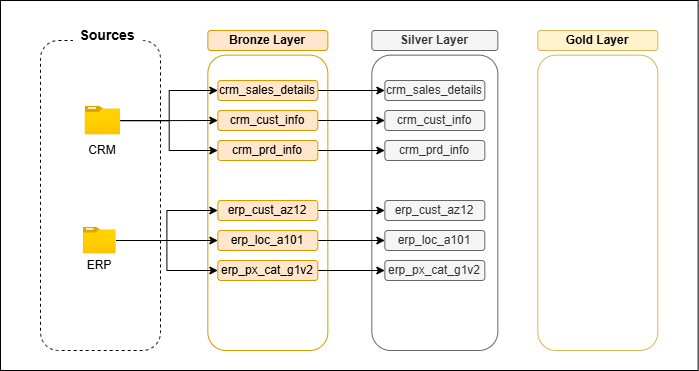
This is docs/Diagrama sin título.drawio.png from JuanMurcia-999/SQL-Data-Warehouse, a draw.io export, as it was before one commit. Source tidied: cells renumbered, new cells last; positions are measured from the earlier drawing's top-left corner, leaving out a move shared by most shapes.
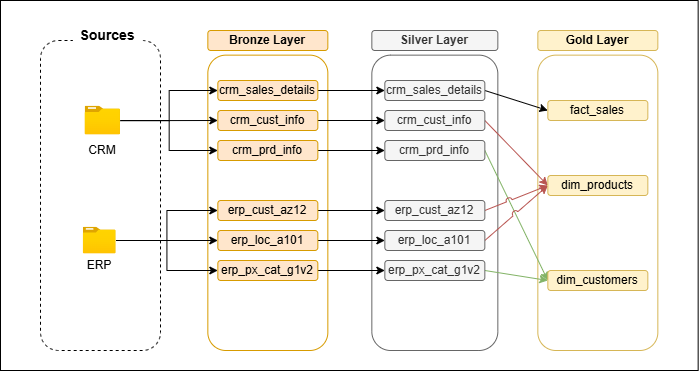
Above is the later version.

What changed in the source:
```diff
@@ -95,23 +95,50 @@
     <mxCell id="32" value="erp_px_cat_g1v2" style="rounded=1;whiteSpace=wrap;html=1;strokeColor=#d79b00;fillColor=#ffe6cc;" parent="1" vertex="1">
       <mxGeometry x="217.3" y="260" width="100" height="20" as="geometry" />
     </mxCell>
+    <mxCell id="39" style="rounded=0;jettySize=auto;html=1;entryX=0;entryY=0.5;entryDx=0;entryDy=0;exitX=1;exitY=0.5;exitDx=0;exitDy=0;" parent="1" edge="1" source="33" target="45">
+      <mxGeometry relative="1" as="geometry" />
+    </mxCell>
     <mxCell id="33" value="crm_sales_details" style="rounded=1;whiteSpace=wrap;html=1;strokeColor=#666666;fillColor=#f5f5f5;fontColor=#333333;" parent="1" vertex="1">
       <mxGeometry x="384.3" y="80" width="100" height="20" as="geometry" />
     </mxCell>
+    <mxCell id="40" style="rounded=0;jettySize=auto;html=1;exitX=1;exitY=0.5;exitDx=0;exitDy=0;entryX=0;entryY=0.5;entryDx=0;entryDy=0;fillColor=#f8cecc;strokeColor=#b85450;jumpStyle=arc;" parent="1" edge="1" source="34" target="46">
+      <mxGeometry relative="1" as="geometry" />
+    </mxCell>
     <mxCell id="34" value="crm_cust_info" style="rounded=1;whiteSpace=wrap;html=1;strokeColor=#666666;fillColor=#f5f5f5;fontColor=#333333;" parent="1" vertex="1">
       <mxGeometry x="384.3" y="110" width="100" height="20" as="geometry" />
     </mxCell>
+    <mxCell id="41" style="rounded=0;jettySize=auto;html=1;exitX=1;exitY=0.5;exitDx=0;exitDy=0;entryX=0;entryY=0.5;entryDx=0;entryDy=0;fillColor=#d5e8d4;strokeColor=#82b366;jumpStyle=arc;" parent="1" edge="1" source="35" target="47">
+      <mxGeometry relative="1" as="geometry" />
+    </mxCell>
     <mxCell id="35" value="crm_prd_info" style="rounded=1;whiteSpace=wrap;html=1;strokeColor=#666666;fillColor=#f5f5f5;fontColor=#333333;" parent="1" vertex="1">
       <mxGeometry x="384.3" y="140" width="100" height="20" as="geometry" />
     </mxCell>
+    <mxCell id="42" style="rounded=0;jettySize=auto;html=1;exitX=1;exitY=0.5;exitDx=0;exitDy=0;entryX=0;entryY=0.5;entryDx=0;entryDy=0;fillColor=#f8cecc;strokeColor=#b85450;jumpStyle=arc;" parent="1" edge="1" source="36" target="46">
+      <mxGeometry relative="1" as="geometry" />
+    </mxCell>
     <mxCell id="36" value="erp_cust_az12" style="rounded=1;whiteSpace=wrap;html=1;strokeColor=#666666;fillColor=#f5f5f5;fontColor=#333333;" parent="1" vertex="1">
       <mxGeometry x="384.3" y="200" width="100" height="20" as="geometry" />
     </mxCell>
+    <mxCell id="43" style="rounded=0;jettySize=auto;html=1;exitX=1;exitY=0.5;exitDx=0;exitDy=0;entryX=0;entryY=0.5;entryDx=0;entryDy=0;fillColor=#f8cecc;strokeColor=#b85450;jumpStyle=arc;" parent="1" edge="1" source="37" target="46">
+      <mxGeometry relative="1" as="geometry" />
+    </mxCell>
     <mxCell id="37" value="erp_loc_a101" style="rounded=1;whiteSpace=wrap;html=1;strokeColor=#666666;fillColor=#f5f5f5;fontColor=#333333;" parent="1" vertex="1">
       <mxGeometry x="384.3" y="230" width="100" height="20" as="geometry" />
     </mxCell>
+    <mxCell id="44" style="rounded=0;jettySize=auto;html=1;exitX=1;exitY=0.5;exitDx=0;exitDy=0;entryX=0;entryY=0.5;entryDx=0;entryDy=0;fillColor=#d5e8d4;strokeColor=#82b366;jumpStyle=arc;" parent="1" edge="1" source="38" target="47">
+      <mxGeometry relative="1" as="geometry" />
+    </mxCell>
     <mxCell id="38" value="erp_px_cat_g1v2" style="rounded=1;whiteSpace=wrap;html=1;strokeColor=#666666;fillColor=#f5f5f5;fontColor=#333333;" parent="1" vertex="1">
       <mxGeometry x="384.3" y="260" width="100" height="20" as="geometry" />
     </mxCell>
+    <mxCell id="45" value="fact_sales" style="rounded=1;whiteSpace=wrap;html=1;strokeColor=#d6b656;fillColor=#fff2cc;" parent="1" vertex="1">
+      <mxGeometry x="547.3" y="100" width="100" height="20" as="geometry" />
+    </mxCell>
+    <mxCell id="46" value="dim_products" style="rounded=1;whiteSpace=wrap;html=1;strokeColor=#d6b656;fillColor=#fff2cc;" parent="1" vertex="1">
+      <mxGeometry x="547.3" y="175" width="100" height="20" as="geometry" />
+    </mxCell>
+    <mxCell id="47" value="dim_customers" style="rounded=1;whiteSpace=wrap;html=1;strokeColor=#d6b656;fillColor=#fff2cc;" parent="1" vertex="1">
+      <mxGeometry x="547.3" y="270" width="100" height="20" as="geometry" />
+    </mxCell>
   </root>
 </mxGraphModel>
```
